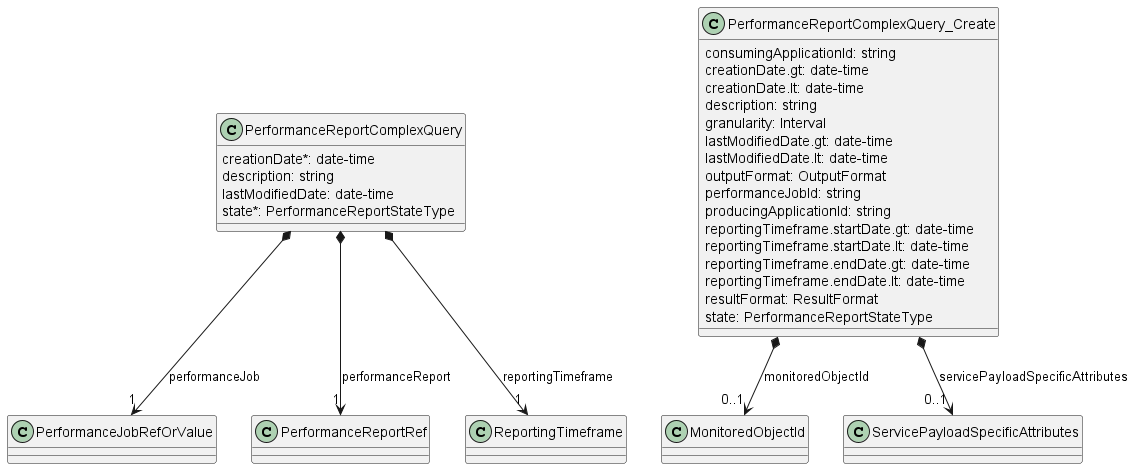
MEF-GIT/MEF-LSO-Legato-SDK keeps this PlantUML diagram as documentation/serviceApi/pm/performance/media/performanceReportComplexQueryModel.png. Above is the earlier version.
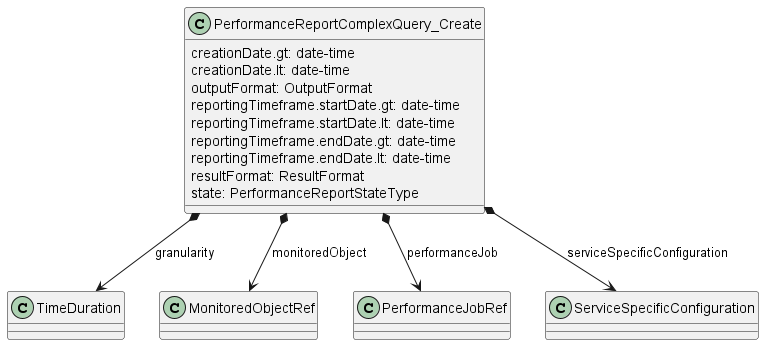
Later version of the same file.

Diff of the diagram source:
```diff
@@ -1,31 +1,10 @@
 @startuml performanceReportComplexQueryModel
-
-class PerformanceReportComplexQuery {
-
-    creationDate*: date-time
-    description: string
-    lastModifiedDate: date-time
-    state*: PerformanceReportStateType
-}
-
-PerformanceReportComplexQuery *-->"1" PerformanceJobRefOrValue : performanceJob
-PerformanceReportComplexQuery *-->"1" PerformanceReportRef : performanceReport
-PerformanceReportComplexQuery *-->"1" ReportingTimeframe : reportingTimeframe
-
-
 
 class PerformanceReportComplexQuery_Create {
 
-    consumingApplicationId: string
     creationDate.gt: date-time
     creationDate.lt: date-time
-    description: string
-    granularity: Interval
-    lastModifiedDate.gt: date-time
-    lastModifiedDate.lt: date-time
     outputFormat: OutputFormat
-    performanceJobId: string
-    producingApplicationId: string
     reportingTimeframe.startDate.gt: date-time
     reportingTimeframe.startDate.lt: date-time
     reportingTimeframe.endDate.gt: date-time
@@ -34,8 +13,10 @@
     state: PerformanceReportStateType
 }
 
-PerformanceReportComplexQuery_Create *-->"0..1" MonitoredObjectId : monitoredObjectId
-PerformanceReportComplexQuery_Create *-->"0..1" ServicePayloadSpecificAttributes : servicePayloadSpecificAttributes
+PerformanceReportComplexQuery_Create *--> TimeDuration : granularity
+PerformanceReportComplexQuery_Create *--> MonitoredObjectRef : monitoredObject
+PerformanceReportComplexQuery_Create *--> PerformanceJobRef : performanceJob
+PerformanceReportComplexQuery_Create *--> ServiceSpecificConfiguration : serviceSpecificConfiguration
 
 
 @enduml
```
